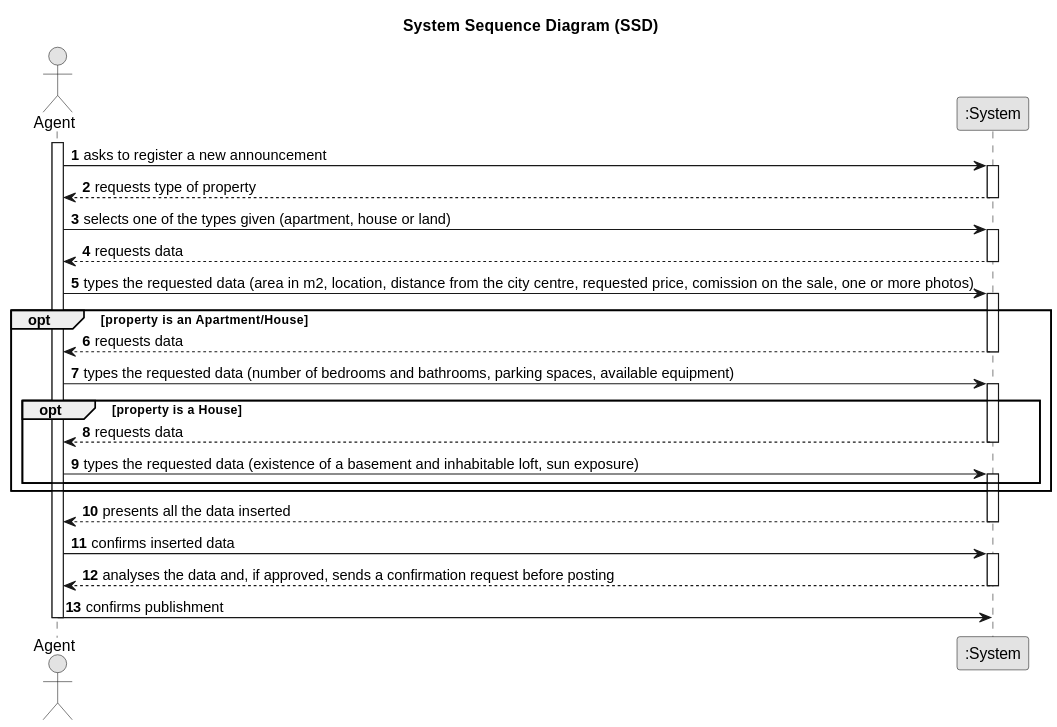
Earlier version of the PlantUML export docs/sprintB/us002/01.requirements-engineering/svg/us002-system-sequence-diagram.svg (1220812/LAPR2).
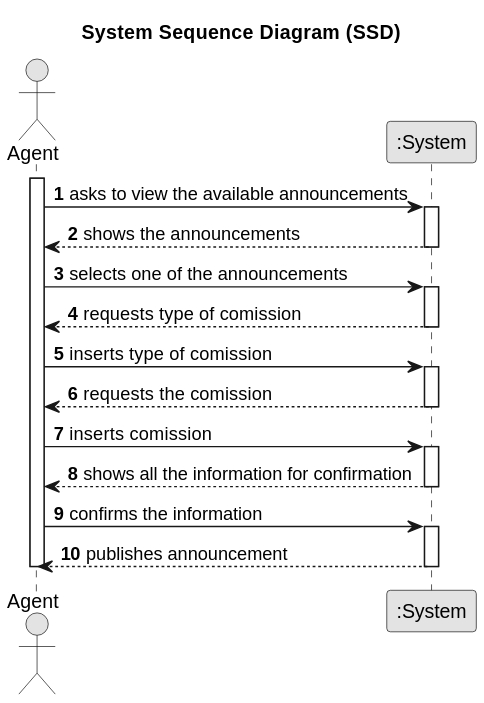
After the change.

The edit, as a diff of the source:
```diff
@@ -12,63 +12,45 @@
 
 activate Agent
 
-    Agent -> System : asks to register a new announcement
+    Agent -> System : asks to view the available announcements
 
     activate System
 
-        System --> Agent : requests type of property
+        System --> Agent : shows the announcements
 
     deactivate System
 
-    Agent -> System : selects one of the types given (apartment, house or land)
+    Agent -> System : selects one of the announcements
 
     activate System
 
-        System --> Agent : requests data
+        System --> Agent : requests type of comission
 
     deactivate System
 
-    Agent -> System : types the requested data (area in m2, location, distance from the city centre, requested price, comission on the sale, one or more photos)
+    Agent -> System : inserts type of comission
 
-    opt property is an Apartment/House
+    activate System
 
-        activate System
-
-        System --> Agent : requests data
-
-        deactivate System
-
-        Agent -> System : types the requested data (number of bedrooms and bathrooms, parking spaces, available equipment)
-
-        opt property is a House
-
-            activate System
-
-            System --> Agent : requests data
-
-            deactivate System
-
-            Agent -> System : types the requested data (existence of a basement and inhabitable loft, sun exposure)
-
-            activate System
-
-        end opt
-
-    end opt
-
-        System --> Agent : presents all the data inserted
+        System --> Agent : requests the comission
 
     deactivate System
 
-    Agent -> System : confirms inserted data
+    Agent -> System : inserts comission
 
     activate System
 
-        System --> Agent : analyses the data and, if approved, sends a confirmation request before posting
+        System --> Agent : shows all the information for confirmation
 
     deactivate System
 
-    Agent -> System : confirms publishment
+    Agent -> System : confirms the information
+
+    activate System
+
+        System --> Agent : publishes announcement
+
+    deactivate System
 
 deactivate Agent
 @enduml
```
